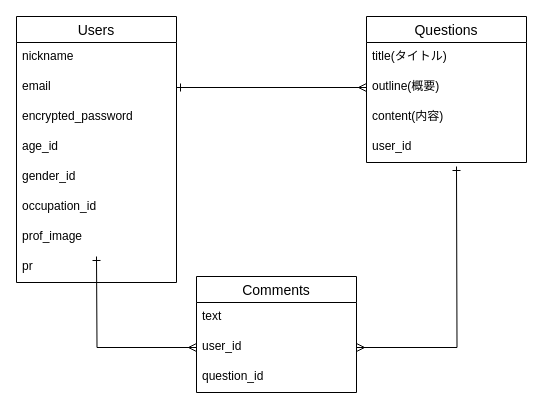
The draw.io diagram er.dio in hiroaki-inori/original-app, before the edit. Source tidied: cells renumbered, new cells numbered last; positions are measured from the earlier drawing's top-left corner, leaving out a move shared by most shapes. Both pictures are drawn from the tidied source at 100%, with x=0, y=0 at pixel (16, 16).
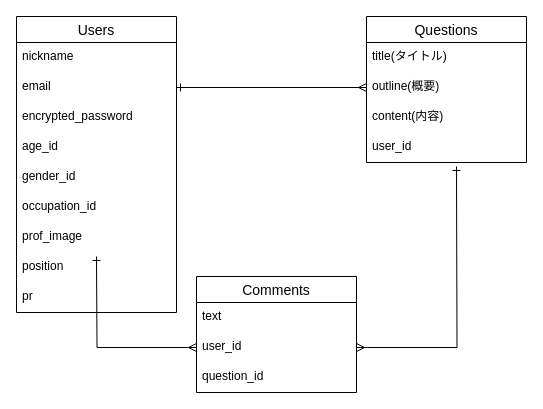
The same page after the edit.

Diff of the diagram source:
```diff
@@
     <mxCell id="11" value="Users" style="swimlane;fontStyle=0;horizontal=1;startSize=26;align=center;fontSize=14;" parent="1" vertex="1">
-      <mxGeometry width="160" height="266" as="geometry" />
+      <mxGeometry width="160" height="296" as="geometry" />
     </mxCell>
@@
+    <mxCell id="23" value="position" style="text;strokeColor=none;fillColor=none;spacingLeft=4;spacingRight=4;overflow=hidden;fontSize=12;" parent="11" vertex="1">
+      <mxGeometry y="236" width="160" height="30" as="geometry" />
+    </mxCell>
     <mxCell id="19" value="pr" style="text;strokeColor=none;fillColor=none;spacingLeft=4;spacingRight=4;overflow=hidden;fontSize=12;" parent="11" vertex="1">
-      <mxGeometry y="236" width="160" height="30" as="geometry" />
+      <mxGeometry y="266" width="160" height="30" as="geometry" />
     </mxCell>
```
